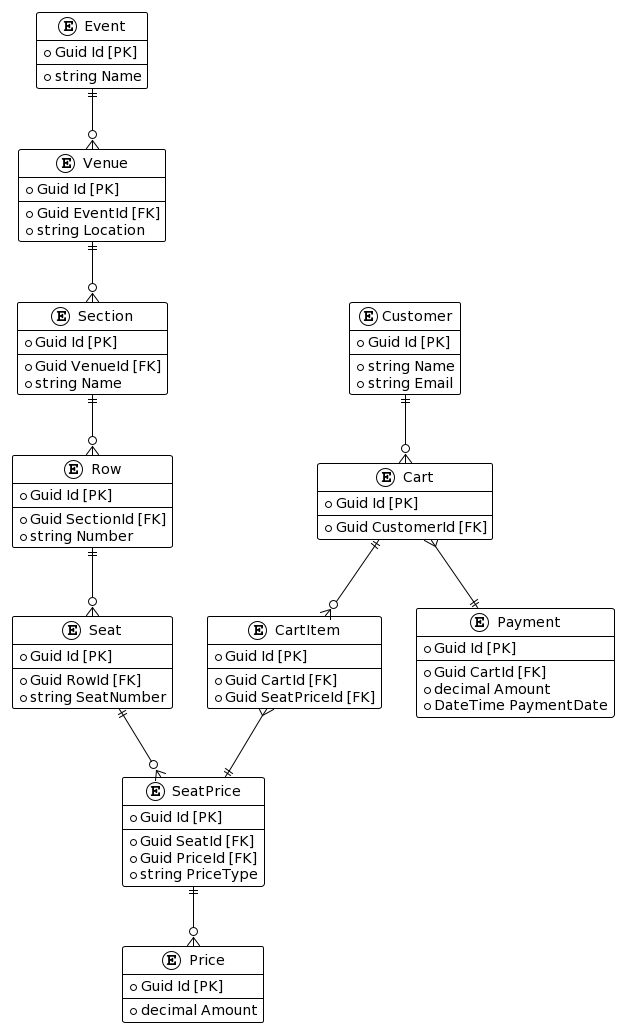
evilsquirr3l/ticketing keeps this PlantUML diagram as Diagrams/entity_relationship_diagram.png. Above is the earlier version.
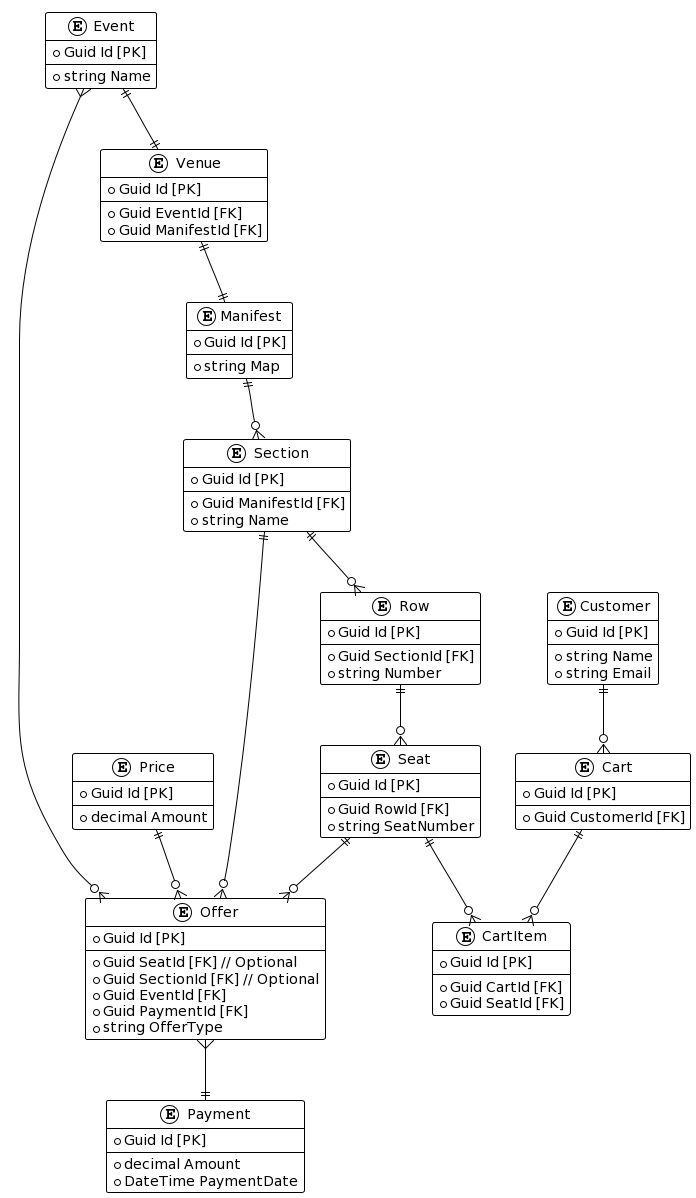
The same file after the commit.

What changed in the source:
```diff
@@ -11,13 +11,19 @@
   + Guid Id [PK]
   --
   + Guid EventId [FK]
-  + string Location
+  + Guid ManifestId [FK]
+}
+
+entity Manifest {
+  + Guid Id [PK]
+  --
+  + string Map
 }
 
 entity Section {
   + Guid Id [PK]
   --
-  + Guid VenueId [FK]
+  + Guid ManifestId [FK]
   + string Name
 }
 
@@ -35,12 +41,14 @@
   + string SeatNumber
 }
 
-entity SeatPrice {
+entity Offer {
   + Guid Id [PK]
   --
-  + Guid SeatId [FK]
-  + Guid PriceId [FK]
-  + string PriceType
+  + Guid SeatId [FK] // Optional
+  + Guid SectionId [FK] // Optional
+  + Guid EventId [FK]
+  + Guid PaymentId [FK]
+  + string OfferType
 }
 
 entity Price {
@@ -59,13 +67,12 @@
   + Guid Id [PK]
   --
   + Guid CartId [FK]
-  + Guid SeatPriceId [FK]
+  + Guid SeatId [FK]
 }
 
 entity Payment {
   + Guid Id [PK]
   --
-  + Guid CartId [FK]
   + decimal Amount
   + DateTime PaymentDate
 }
@@ -77,14 +84,17 @@
   + string Email
 }
 
-Event ||--o{ Venue
-Venue ||--o{ Section
+Event ||--|| Venue
+Venue ||--|| Manifest
+Manifest ||--o{ Section
 Section ||--o{ Row
 Row ||--o{ Seat
-Seat ||--o{ SeatPrice
-SeatPrice ||--o{ Price
+Seat ||--o{ CartItem
+Seat ||--o{ Offer
+Section ||--o{ Offer
+Event }--o{ Offer
+Offer }--|| Payment
+Price ||--o{ Offer
 Cart ||--o{ CartItem
-CartItem }--|| SeatPrice
-Cart }--|| Payment
 Customer ||--o{ Cart
 @enduml
```
